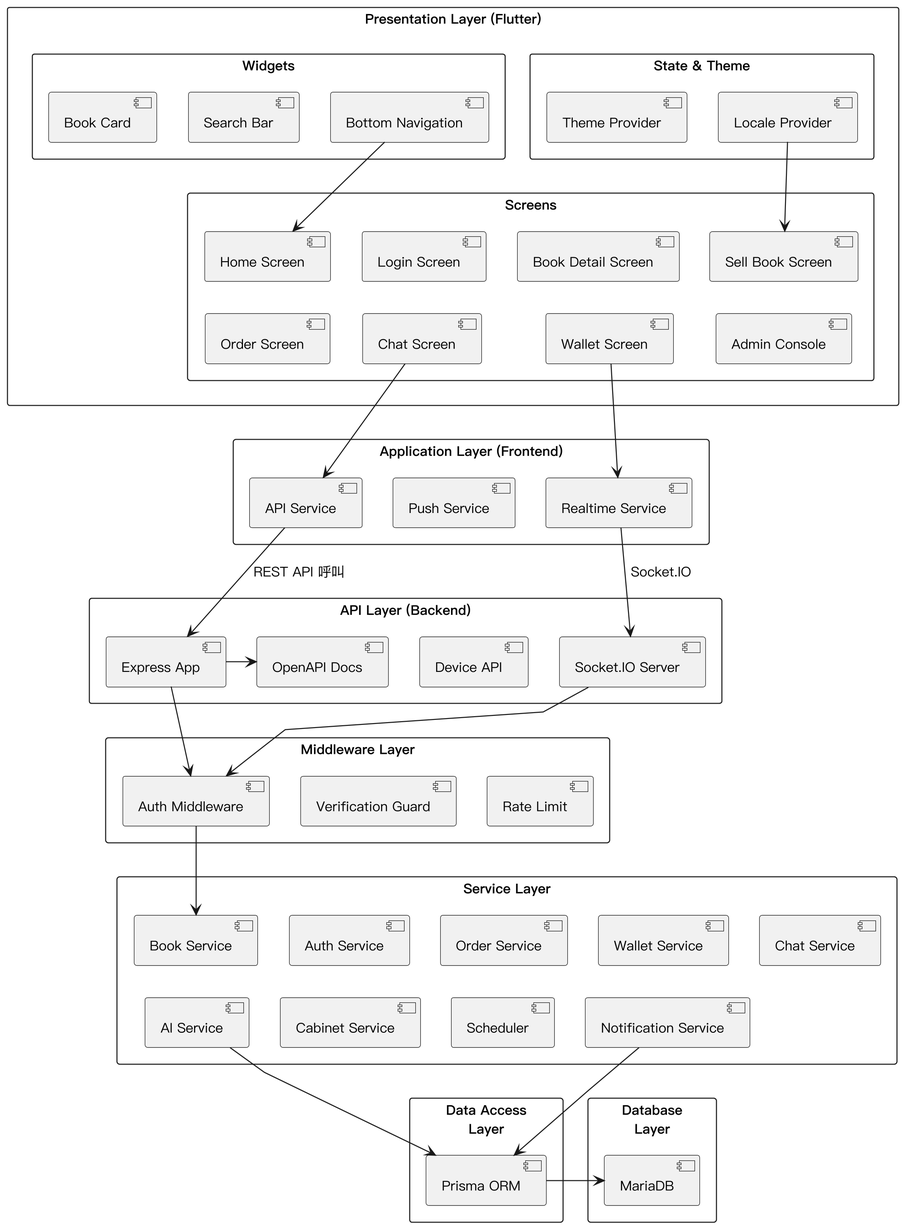
Before: Diagrams/Package Diagram/v3/package.png, a diagram exported from PlantUML (SaveMyBook/SaveMyBook).
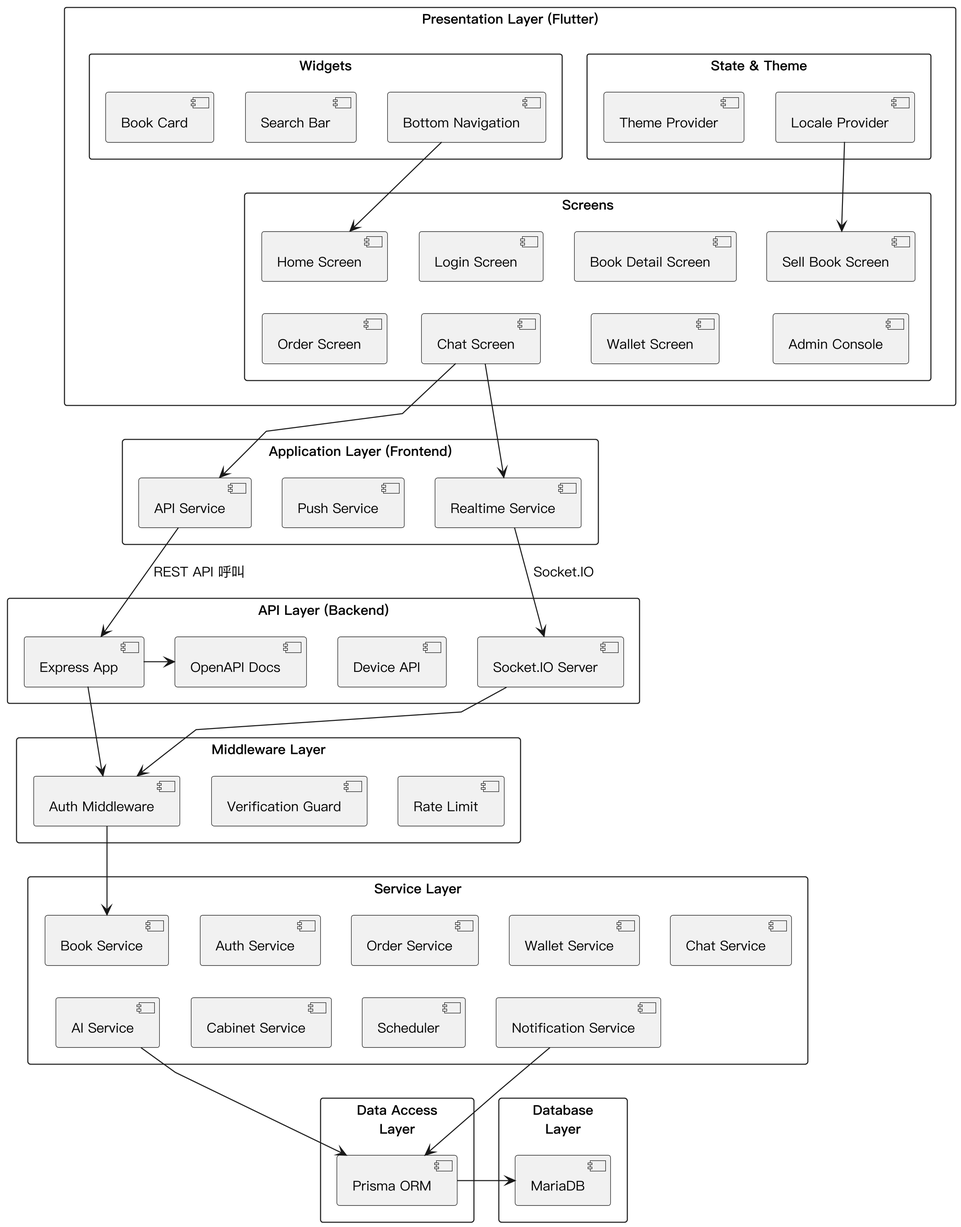
The same diagram one commit later.

Change to the diagram source:
```diff
@@ -80,7 +80,7 @@
 w3 --> s1
 t2 --> s4
 s6 --> apisvc
-s7 --> rtsvc
+s6 --> rtsvc
 apisvc -[hidden]right- pushsvc
 pushsvc -[hidden]right- rtsvc
 apisvc --> express : REST API 呼叫
```
